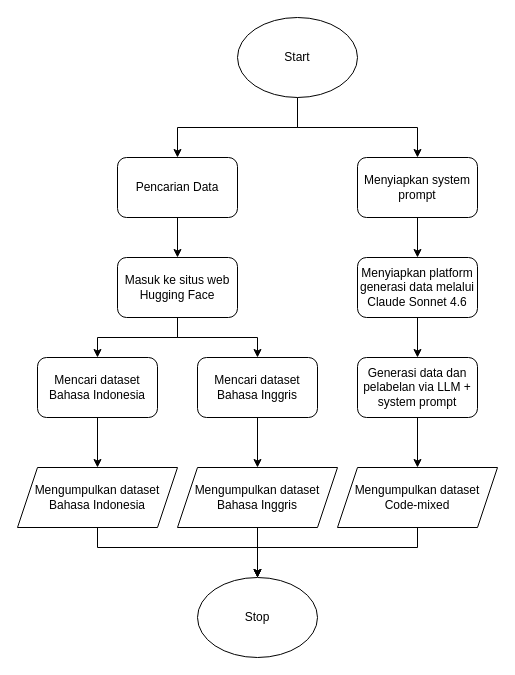
Jacksonciek/thesis-diagram keeps this draw.io diagram as page "Pengumpulan" (1 of 6) of thesis_flowchart.drawio. Above is the earlier version. Source tidied: cells renumbered, new cells numbered last; positions are measured from the earlier drawing's top-left corner, leaving out a move shared by most shapes. Both pictures are drawn from the tidied source at 100%, with x=0, y=0 at pixel (17, 17).
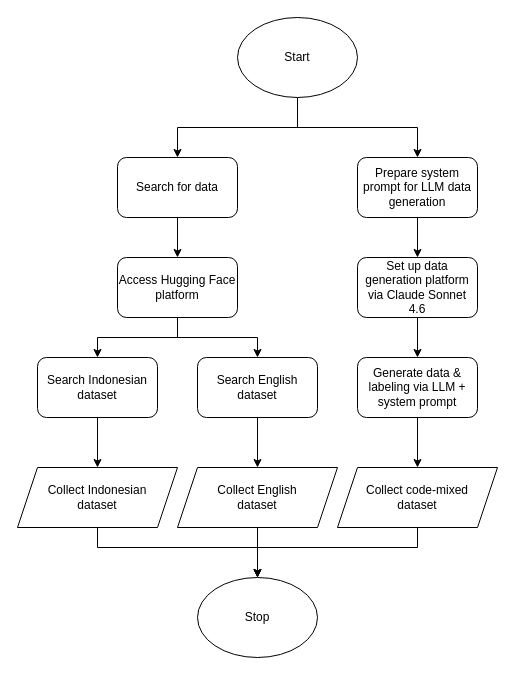
The same page after the edit.

What changed in the source:
```diff
@@
-    <mxCell id="3" value="Pencarian Data" style="rounded=1;whiteSpace=wrap;html=1;" parent="1" vertex="1">
+    <mxCell id="3" value="Search for data" style="rounded=1;whiteSpace=wrap;html=1;" parent="1" vertex="1">
       <mxGeometry x="100" y="140" width="120" height="60" as="geometry" />
     </mxCell>
@@
-    <mxCell id="10" value="Masuk ke situs web&lt;div&gt;Hugging Face&lt;/div&gt;" style="rounded=1;whiteSpace=wrap;html=1;" parent="1" vertex="1">
+    <mxCell id="10" value="Access Hugging Face platform" style="rounded=1;whiteSpace=wrap;html=1;" parent="1" vertex="1">
       <mxGeometry x="100" y="240" width="120" height="60" as="geometry" />
     </mxCell>
-    <mxCell id="11" value="Mencari dataset Bahasa Indonesia" style="rounded=1;whiteSpace=wrap;html=1;" parent="1" vertex="1">
+    <mxCell id="11" value="Search Indonesian dataset" style="rounded=1;whiteSpace=wrap;html=1;" parent="1" vertex="1">
       <mxGeometry x="20" y="340" width="120" height="60" as="geometry" />
     </mxCell>
@@
-    <mxCell id="13" value="Mencari dataset Bahasa Inggris" style="rounded=1;whiteSpace=wrap;html=1;" parent="1" vertex="1">
+    <mxCell id="13" value="Search English&lt;div&gt;dataset&lt;/div&gt;" style="rounded=1;whiteSpace=wrap;html=1;" parent="1" vertex="1">
       <mxGeometry x="180" y="340" width="120" height="60" as="geometry" />
     </mxCell>
@@
-    <mxCell id="15" value="Menyiapkan system prompt" style="rounded=1;whiteSpace=wrap;html=1;" parent="1" vertex="1">
+    <mxCell id="15" value="Prepare system prompt for LLM data generation" style="rounded=1;whiteSpace=wrap;html=1;" parent="1" vertex="1">
       <mxGeometry x="340" y="140" width="120" height="60" as="geometry" />
     </mxCell>
@@
-    <mxCell id="17" value="Menyiapkan platform generasi data melalui Claude Sonnet 4.6" style="rounded=1;whiteSpace=wrap;html=1;" parent="1" vertex="1">
+    <mxCell id="17" value="Set up data generation platform via Claude Sonnet 4.6" style="rounded=1;whiteSpace=wrap;html=1;" parent="1" vertex="1">
       <mxGeometry x="340" y="240" width="120" height="60" as="geometry" />
     </mxCell>
@@
-    <mxCell id="19" value="Generasi data dan pelabelan via LLM + system prompt" style="rounded=1;whiteSpace=wrap;html=1;" parent="1" vertex="1">
+    <mxCell id="19" value="Generate data &amp;amp; labeling via LLM + system prompt" style="rounded=1;whiteSpace=wrap;html=1;" parent="1" vertex="1">
       <mxGeometry x="340" y="340" width="120" height="60" as="geometry" />
     </mxCell>
@@
-    <mxCell id="22" value="Mengumpulkan dataset Bahasa Indonesia" style="shape=parallelogram;perimeter=parallelogramPerimeter;whiteSpace=wrap;html=1;fixedSize=1;" parent="1" vertex="1">
+    <mxCell id="22" value="Collect Indonesian&lt;div&gt;dataset&lt;/div&gt;" style="shape=parallelogram;perimeter=parallelogramPerimeter;whiteSpace=wrap;html=1;fixedSize=1;" parent="1" vertex="1">
       <mxGeometry y="450" width="160" height="60" as="geometry" />
     </mxCell>
@@
-    <mxCell id="24" value="Mengumpulkan dataset Bahasa Inggris" style="shape=parallelogram;perimeter=parallelogramPerimeter;whiteSpace=wrap;html=1;fixedSize=1;" parent="1" vertex="1">
+    <mxCell id="24" value="Collect English&lt;div&gt;dataset&lt;/div&gt;" style="shape=parallelogram;perimeter=parallelogramPerimeter;whiteSpace=wrap;html=1;fixedSize=1;" parent="1" vertex="1">
       <mxGeometry x="160" y="450" width="160" height="60" as="geometry" />
     </mxCell>
@@
-    <mxCell id="26" value="Mengumpulkan dataset Code-mixed" style="shape=parallelogram;perimeter=parallelogramPerimeter;whiteSpace=wrap;html=1;fixedSize=1;" parent="1" vertex="1">
+    <mxCell id="26" value="Collect code-mixed&lt;div&gt;dataset&lt;/div&gt;" style="shape=parallelogram;perimeter=parallelogramPerimeter;whiteSpace=wrap;html=1;fixedSize=1;" parent="1" vertex="1">
       <mxGeometry x="320" y="450" width="160" height="60" as="geometry" />
     </mxCell>
```
